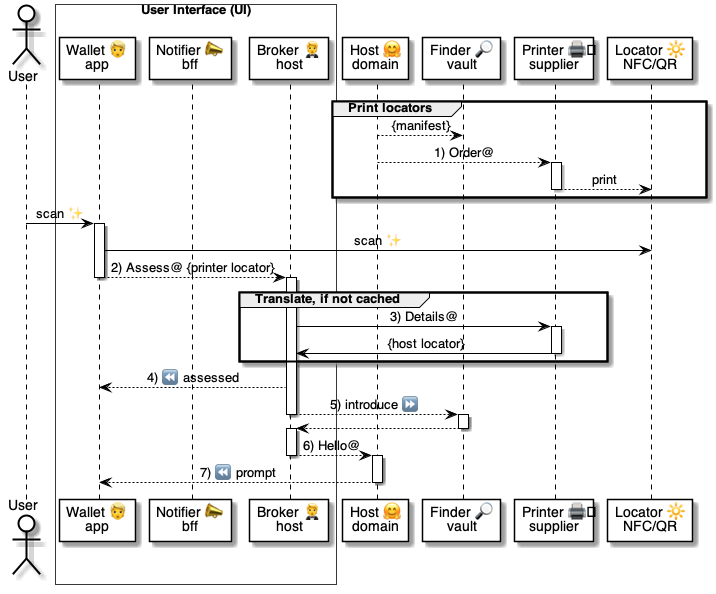
Above: 5 ⏩ Flows/90 🧑‍🦰👉 Wallets/15 👉🔆 Locators/.📎 Assets/⚙️ Printer QR.png in pollyweb-org/pollyweb-docs (PlantUML), before the change. Its source is kept beside it as 5 ⏩ Flows/90 🧑‍🦰👉 Wallets/15 👉🔆 Locators/.📎 Assets/⚙️ Printer QR.puml. The source it was exported from:
```plantuml
@startuml 👉 Printer NFC-QR check-in

actor User as user

box "User Interface (UI)"  #FFFFFF
  participant "Wallet 👱\napp" as wallet
  participant "Notifier 📣\nbff" as notifier
  participant "Broker 🤵\nhost" as broker
end box

participant "Host 🤗\ndomain" as host
participant "Finder 🔎\nvault" as finder
participant "Printer 🖨️\nsupplier" as printer
participant "Locator 🔆\nNFC/QR" as qr


group Print locators

    host --> finder: {manifest}
    host --> printer: 1) Order@

    activate printer
      printer --> qr: print
    deactivate printer

end group


user -> wallet: scan ✨

activate wallet
  wallet -> qr: scan ✨
  wallet --> broker: 2) Assess@ {printer locator}
deactivate wallet


activate broker

    group Translate, if not cached

        broker -> printer: 3) Details@

        activate printer
            printer -> broker: {host locator}
        deactivate printer

    end group


        broker --> wallet: 4) ⏪ assessed

        broker --> finder: 5) introduce ⏩
        deactivate broker

        activate finder
          finder --> broker
        deactivate finder

        activate broker


    broker --> host: 6) Hello@

deactivate broker


activate host
    host --> wallet: 7) ⏪ prompt
deactivate host


@enduml
```
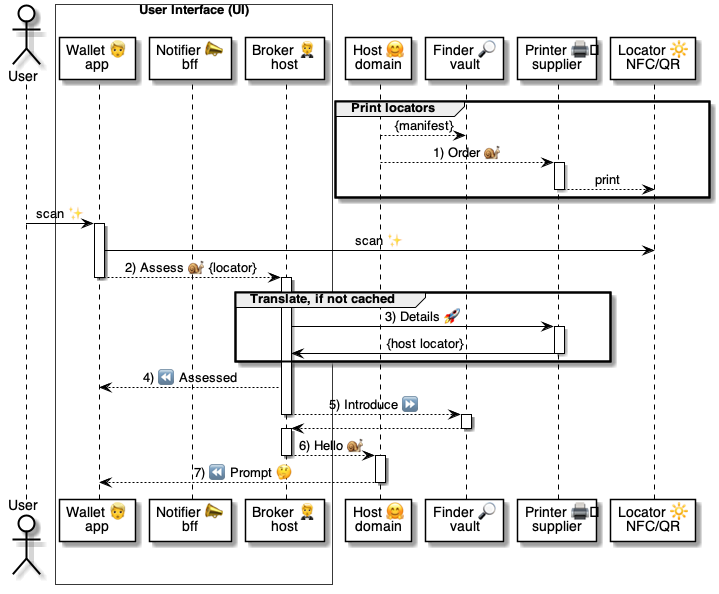
After the commit.

Diff of the diagram source:
```diff
@@ -17,7 +17,7 @@
 group Print locators
 
     host --> finder: {manifest}
-    host --> printer: 1) Order@
+    host --> printer: 1) Order 🐌
 
     activate printer
       printer --> qr: print
@@ -30,7 +30,7 @@
 
 activate wallet
   wallet -> qr: scan ✨
-  wallet --> broker: 2) Assess@ {printer locator}
+  wallet --> broker: 2) Assess 🐌 {locator}
 deactivate wallet
 
 
@@ -38,7 +38,7 @@
 
     group Translate, if not cached
 
-        broker -> printer: 3) Details@
+        broker -> printer: 3) Details 🚀
 
         activate printer
             printer -> broker: {host locator}
@@ -47,9 +47,9 @@
     end group
 
 
-        broker --> wallet: 4) ⏪ assessed
+        broker --> wallet: 4) ⏪ Assessed
 
-        broker --> finder: 5) introduce ⏩
+        broker --> finder: 5) Introduce ⏩
         deactivate broker
 
         activate finder
@@ -59,13 +59,13 @@
         activate broker
 
 
-    broker --> host: 6) Hello@
+    broker --> host: 6) Hello 🐌
 
 deactivate broker
 
 
 activate host
-    host --> wallet: 7) ⏪ prompt
+    host --> wallet: 7) ⏪ Prompt 🤔
 deactivate host
 
 
```
